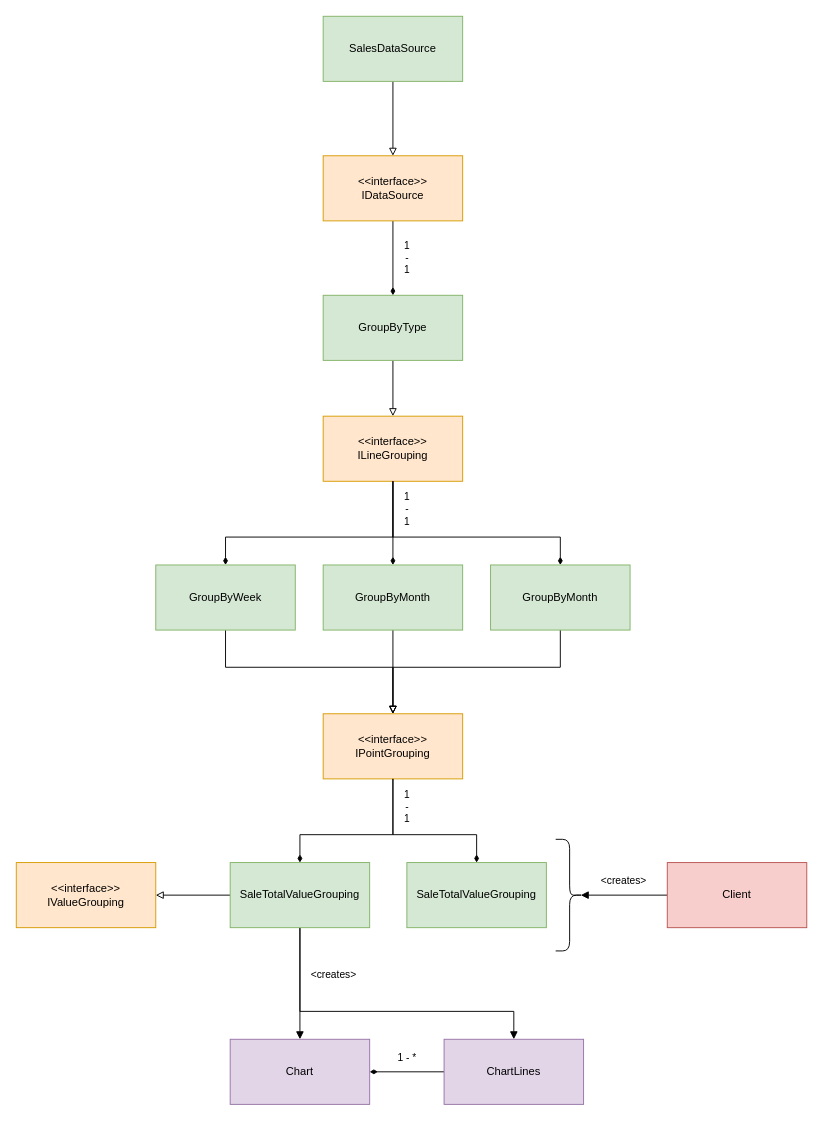
Earlier version of the draw.io diagram Documentation/Overview.drawio (DaveyvanTilburg/challange_data_reporting). Source tidied: cells renumbered, new cells numbered last; positions are measured from the earlier drawing's top-left corner, leaving out a move shared by most shapes. Both pictures are drawn from the tidied source at 93%, with x=0, y=0 at pixel (16, 16).
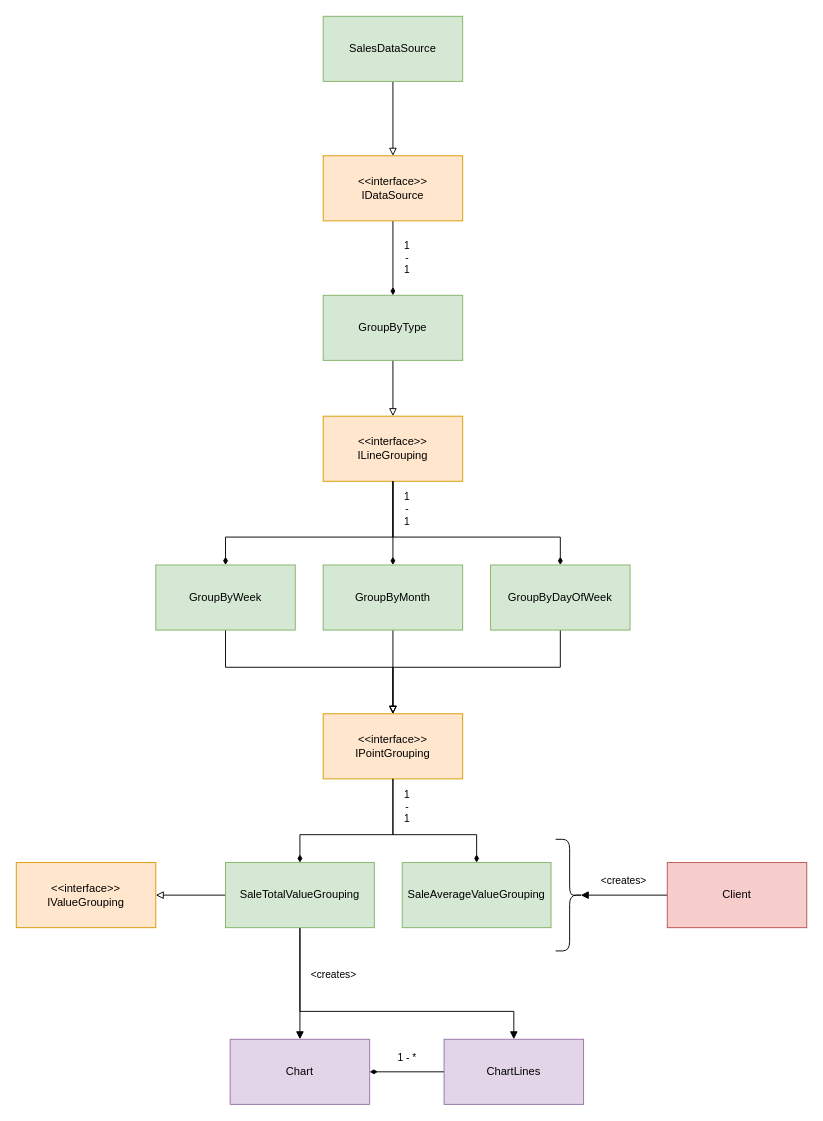
The same page after the edit.

What changed in the source:
```diff
@@
     <mxCell id="18" value="SaleTotalValueGrouping" style="rounded=0;whiteSpace=wrap;html=1;fillColor=#d5e8d4;strokeColor=#82b366;" parent="1" vertex="1">
-      <mxGeometry x="230" y="910" width="150" height="70" as="geometry" />
+      <mxGeometry x="225" y="910" width="160" height="70" as="geometry" />
     </mxCell>
@@
-    <mxCell id="30" value="GroupByMonth" style="rounded=0;whiteSpace=wrap;html=1;fillColor=#d5e8d4;strokeColor=#82b366;" parent="1" vertex="1">
+    <mxCell id="30" value="GroupByDayOfWeek" style="rounded=0;whiteSpace=wrap;html=1;fillColor=#d5e8d4;strokeColor=#82b366;" parent="1" vertex="1">
       <mxGeometry x="510" y="590" width="150" height="70" as="geometry" />
     </mxCell>
@@
-    <mxCell id="32" value="SaleTotalValueGrouping" style="rounded=0;whiteSpace=wrap;html=1;fillColor=#d5e8d4;strokeColor=#82b366;" parent="1" vertex="1">
-      <mxGeometry x="420" y="910" width="150" height="70" as="geometry" />
+    <mxCell id="32" value="SaleAverageValueGrouping" style="rounded=0;whiteSpace=wrap;html=1;fillColor=#d5e8d4;strokeColor=#82b366;" parent="1" vertex="1">
+      <mxGeometry x="415" y="910" width="160" height="70" as="geometry" />
     </mxCell>
```
